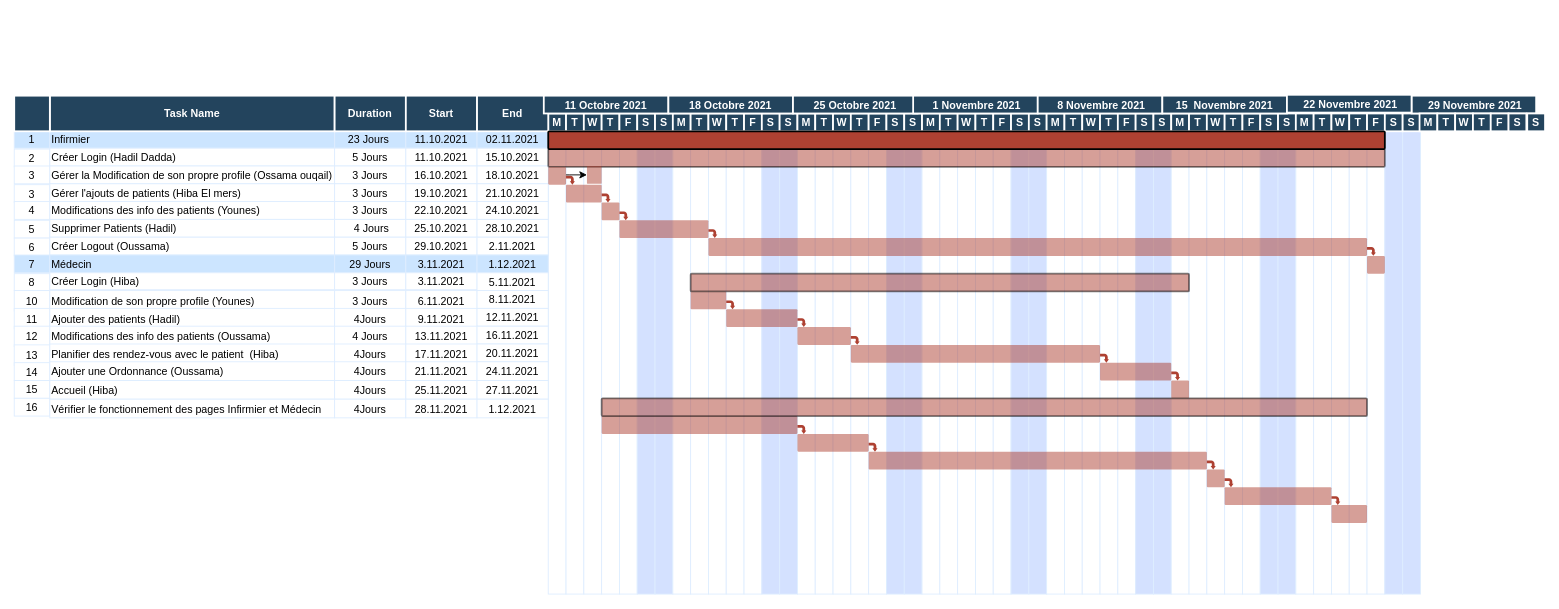
Earlier version of the draw.io diagram Untitled Diagram.drawio (HadilDadda/Exercice1). Source tidied: cells renumbered, new cells numbered last; positions are measured from the earlier drawing's top-left corner, leaving out a move shared by most shapes. Both pictures are drawn from the tidied source at 89%, with x=0, y=0 at pixel (13, 94).
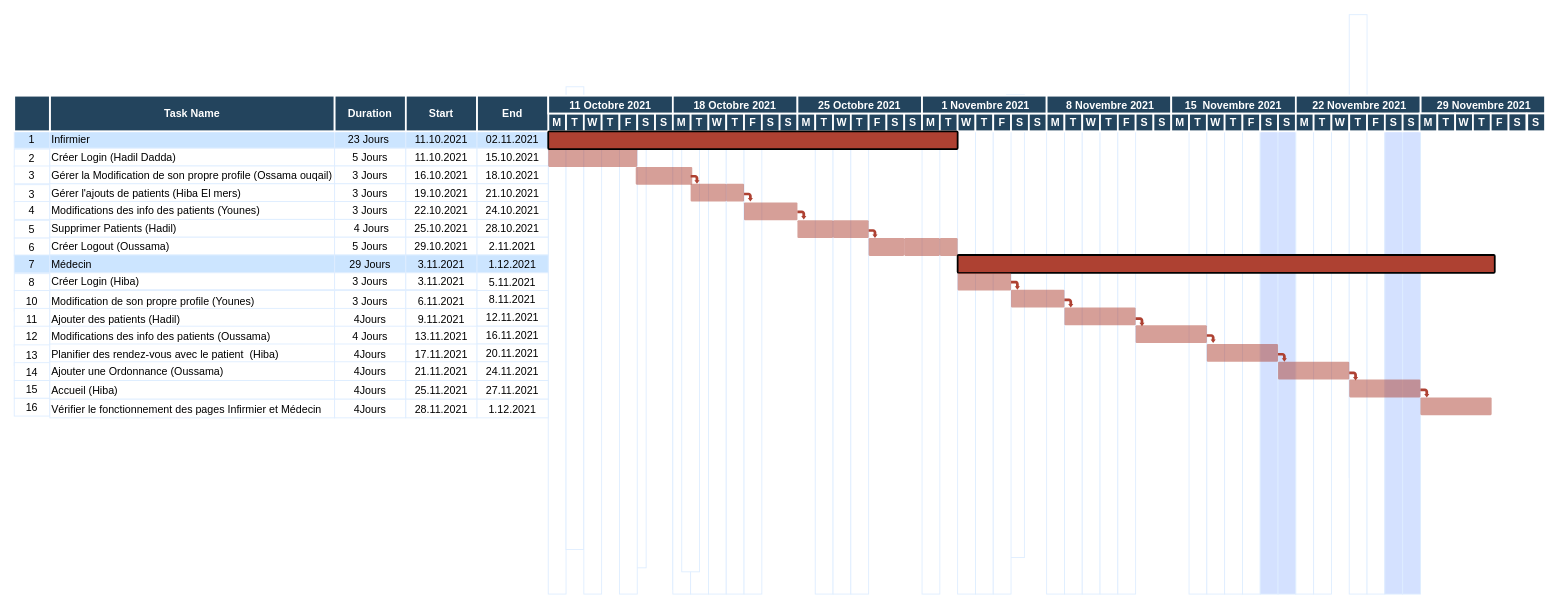
The same diagram, later.

Diff of the diagram source:
```diff
@@
     <mxCell id="74" style="strokeColor=#DEEDFF;" parent="1" vertex="1">
-      <mxGeometry x="620.5" y="41" width="20" height="520" as="geometry" />
+      <mxGeometry x="620.5" y="-9" width="20" height="520" as="geometry" />
     </mxCell>
@@
     <mxCell id="76" style="strokeColor=#DEEDFF;" parent="1" vertex="1">
-      <mxGeometry x="660.5" y="41" width="20" height="520" as="geometry" />
+      <mxGeometry x="690.5" y="11.5" width="20" height="520" as="geometry" />
     </mxCell>
@@
-    <mxCell id="78" style="strokeColor=#DEEDFF;fillColor=#D4E1FF;" parent="1" vertex="1">
-      <mxGeometry x="700.5" y="41" width="20" height="520" as="geometry" />
-    </mxCell>
     <mxCell id="79" style="strokeColor=#DEEDFF;fillColor=#D4E1FF;" parent="1" vertex="1">
-      <mxGeometry x="720.5" y="41" width="20" height="520" as="geometry" />
+      <mxGeometry x="740.5" y="36" width="20" height="520" as="geometry" />
     </mxCell>
@@
-    <mxCell id="85" style="strokeColor=#DEEDFF;fillColor=#D4E1FF;" parent="1" vertex="1">
-      <mxGeometry x="840.5" y="41" width="20" height="520" as="geometry" />
-    </mxCell>
-    <mxCell id="86" style="strokeColor=#DEEDFF;fillColor=#D4E1FF;" parent="1" vertex="1">
-      <mxGeometry x="860.5" y="41" width="20" height="520" as="geometry" />
-    </mxCell>
     <mxCell id="87" style="strokeColor=#DEEDFF;" parent="1" vertex="1">
-      <mxGeometry x="880.5" y="41" width="20" height="520" as="geometry" />
+      <mxGeometry x="750.5" y="16" width="20" height="520" as="geometry" />
     </mxCell>
@@
-    <mxCell id="91" style="strokeColor=#DEEDFF;" parent="1" vertex="1">
-      <mxGeometry x="960.5" y="41" width="20" height="520" as="geometry" />
-    </mxCell>
-    <mxCell id="92" style="strokeColor=#DEEDFF;fillColor=#D4E1FF;" parent="1" vertex="1">
-      <mxGeometry x="980.5" y="41" width="20" height="520" as="geometry" />
-    </mxCell>
-    <mxCell id="93" style="strokeColor=#DEEDFF;fillColor=#D4E1FF;" parent="1" vertex="1">
-      <mxGeometry x="1000.5" y="41" width="20" height="520" as="geometry" />
-    </mxCell>
@@
     <mxCell id="95" style="strokeColor=#DEEDFF;" parent="1" vertex="1">
-      <mxGeometry x="1040.5" y="41" width="20" height="520" as="geometry" />
+      <mxGeometry x="1115.5" width="20" height="520" as="geometry" />
     </mxCell>
@@
-    <mxCell id="99" style="strokeColor=#DEEDFF;fillColor=#D4E1FF;" parent="1" vertex="1">
-      <mxGeometry x="1120.5" y="41" width="20" height="520" as="geometry" />
-    </mxCell>
-    <mxCell id="100" style="strokeColor=#DEEDFF;fillColor=#D4E1FF;" parent="1" vertex="1">
-      <mxGeometry x="1140.5" y="41" width="20" height="520" as="geometry" />
-    </mxCell>
@@
-    <mxCell id="106" style="strokeColor=#DEEDFF;fillColor=#D4E1FF;" parent="1" vertex="1">
-      <mxGeometry x="1260.5" y="41" width="20" height="520" as="geometry" />
-    </mxCell>
-    <mxCell id="107" style="strokeColor=#DEEDFF;fillColor=#D4E1FF;" parent="1" vertex="1">
-      <mxGeometry x="1280.5" y="41" width="20" height="520" as="geometry" />
-    </mxCell>
-    <mxCell id="108" style="strokeColor=#DEEDFF;" parent="1" vertex="1">
-      <mxGeometry x="1300.5" y="41" width="20" height="520" as="geometry" />
-    </mxCell>
@@
     <mxCell id="117" style="strokeColor=#DEEDFF;" parent="1" vertex="1">
-      <mxGeometry x="1480.5" y="41" width="20" height="520" as="geometry" />
+      <mxGeometry x="1500.5" y="-90" width="20" height="520" as="geometry" />
     </mxCell>
@@
     <mxCell id="141" value="11 Octobre 2021" style="fillColor=#23445D;strokeColor=#FFFFFF;strokeWidth=2;fontColor=#FFFFFF;fontStyle=1;" parent="1" vertex="1">
-      <mxGeometry x="595.5" y="1" width="140" height="20" as="geometry" />
+      <mxGeometry x="600.5" y="1" width="140" height="20" as="geometry" />
     </mxCell>
@@
     <mxCell id="149" value="18 Octobre 2021" style="fillColor=#23445D;strokeColor=#FFFFFF;strokeWidth=2;fontColor=#FFFFFF;fontStyle=1;" parent="1" vertex="1">
-      <mxGeometry x="735.5" y="1" width="140" height="20" as="geometry" />
+      <mxGeometry x="740.5" y="1" width="140" height="20" as="geometry" />
     </mxCell>
@@
     <mxCell id="157" value="25 Octobre 2021" style="fillColor=#23445D;strokeColor=#FFFFFF;strokeWidth=2;fontColor=#FFFFFF;fontStyle=1;" parent="1" vertex="1">
-      <mxGeometry x="875.5" y="1" width="140" height="20" as="geometry" />
+      <mxGeometry x="880.5" y="1" width="140" height="20" as="geometry" />
     </mxCell>
@@
     <mxCell id="165" value=" 1 Novembre 2021" style="fillColor=#23445D;strokeColor=#FFFFFF;strokeWidth=2;fontColor=#FFFFFF;fontStyle=1;" parent="1" vertex="1">
-      <mxGeometry x="1010.5" y="1" width="140" height="20" as="geometry" />
+      <mxGeometry x="1020.5" y="1" width="140" height="20" as="geometry" />
     </mxCell>
@@
     <mxCell id="173" value=" 8 Novembre 2021" style="fillColor=#23445D;strokeColor=#FFFFFF;strokeWidth=2;fontColor=#FFFFFF;fontStyle=1;" parent="1" vertex="1">
-      <mxGeometry x="1150.5" y="1" width="140" height="20" as="geometry" />
+      <mxGeometry x="1160.5" y="1" width="140" height="20" as="geometry" />
     </mxCell>
@@
-    <mxCell id="181" style="shape=mxgraph.flowchart.process;fillColor=#AE4132;strokeColor=#000000;strokeWidth=2;opacity=50;" parent="1" vertex="1">
-      <mxGeometry x="600.5" y="61" width="940" height="20" as="geometry" />
-    </mxCell>
     <mxCell id="182" style="shape=mxgraph.arrows.bent_right_arrow;fillColor=#AE4132;strokeColor=none;strokeWidth=2;direction=south;" parent="1" vertex="1">
-      <mxGeometry x="620.5" y="91" width="10" height="10" as="geometry" />
+      <mxGeometry x="760.5" y="90" width="10" height="10" as="geometry" />
     </mxCell>
-    <mxCell id="183" style="edgeStyle=orthogonalEdgeStyle;rounded=0;jettySize=auto;html=1;" parent="1" edge="1" source="184" target="239">
-      <mxGeometry relative="1" as="geometry">
-        <Array as="points">
-          <mxPoint x="624" y="90" />
-          <mxPoint x="624" y="90" />
-        </Array>
-      </mxGeometry>
-    </mxCell>
     <mxCell id="184" style="shape=mxgraph.flowchart.process;fillColor=#AE4132;strokeColor=none;strokeWidth=2;opacity=50;" parent="1" vertex="1">
-      <mxGeometry x="600.5" y="81" width="20" height="20" as="geometry" />
+      <mxGeometry x="698.8" y="81" width="63.5" height="20" as="geometry" />
     </mxCell>
     <mxCell id="185" style="shape=mxgraph.flowchart.process;fillColor=#AE4132;strokeColor=none;strokeWidth=2;opacity=50;" parent="1" vertex="1">
-      <mxGeometry x="620.5" y="101" width="40" height="20" as="geometry" />
+      <mxGeometry x="760.5" y="100" width="40" height="20" as="geometry" />
     </mxCell>
     <mxCell id="186" style="shape=mxgraph.flowchart.process;fillColor=#AE4132;strokeColor=none;strokeWidth=2;opacity=50;" parent="1" vertex="1">
-      <mxGeometry x="660.5" y="121" width="20" height="20" as="geometry" />
+      <mxGeometry x="800.5" y="100" width="20" height="20" as="geometry" />
     </mxCell>
-    <mxCell id="187" style="shape=mxgraph.flowchart.process;fillColor=#AE4132;strokeColor=none;strokeWidth=2;opacity=50;" parent="1" vertex="1">
-      <mxGeometry x="780.5" y="161" width="740" height="20" as="geometry" />
-    </mxCell>
-    <mxCell id="188" style="shape=mxgraph.flowchart.process;fillColor=#AE4132;strokeColor=none;strokeWidth=2;opacity=50;" parent="1" vertex="1">
-      <mxGeometry x="1520.5" y="181" width="20" height="20" as="geometry" />
-    </mxCell>
     <mxCell id="189" style="shape=mxgraph.arrows.bent_right_arrow;fillColor=#AE4132;strokeColor=none;strokeWidth=2;direction=south;" parent="1" vertex="1">
-      <mxGeometry x="660.5" y="111" width="10" height="10" as="geometry" />
+      <mxGeometry x="880.5" y="130" width="10" height="10" as="geometry" />
     </mxCell>
     <mxCell id="190" style="shape=mxgraph.arrows.bent_right_arrow;fillColor=#AE4132;strokeColor=none;strokeWidth=2;direction=south;" parent="1" vertex="1">
-      <mxGeometry x="680.5" y="131" width="10" height="10" as="geometry" />
+      <mxGeometry x="820.5" y="110" width="10" height="10" as="geometry" />
     </mxCell>
-    <mxCell id="191" style="shape=mxgraph.arrows.bent_right_arrow;fillColor=#AE4132;strokeColor=none;strokeWidth=2;direction=south;" parent="1" vertex="1">
-      <mxGeometry x="1520.5" y="171" width="10" height="10" as="geometry" />
-    </mxCell>
     <mxCell id="192" style="shape=mxgraph.flowchart.process;fillColor=#AE4132;strokeColor=none;strokeWidth=2;opacity=50;" parent="1" vertex="1">
-      <mxGeometry x="680.5" y="141" width="100" height="20" as="geometry" />
+      <mxGeometry x="600.5" y="61" width="100" height="20" as="geometry" />
     </mxCell>
     <mxCell id="193" style="shape=mxgraph.arrows.bent_right_arrow;fillColor=#AE4132;strokeColor=none;strokeWidth=2;direction=south;" parent="1" vertex="1">
-      <mxGeometry x="780.5" y="151" width="10" height="10" as="geometry" />
+      <mxGeometry x="960.5" y="151" width="10" height="10" as="geometry" />
     </mxCell>
     <mxCell id="194" style="shape=mxgraph.flowchart.process;fillColor=#AE4132;strokeColor=#000000;strokeWidth=2;opacity=100;" parent="1" vertex="1">
-      <mxGeometry x="600.5" y="41" width="940" height="20" as="geometry" />
+      <mxGeometry x="600.5" y="41" width="460" height="20" as="geometry" />
     </mxCell>
-    <mxCell id="195" style="shape=mxgraph.flowchart.process;fillColor=#AE4132;strokeColor=none;strokeWidth=2;opacity=50;" parent="1" vertex="1">
-      <mxGeometry x="760.5" y="221" width="40" height="20" as="geometry" />
-    </mxCell>
-    <mxCell id="196" style="shape=mxgraph.flowchart.process;fillColor=#AE4132;strokeColor=#000000;strokeWidth=2;opacity=50;" parent="1" vertex="1">
-      <mxGeometry x="760.5" y="201" width="560" height="20" as="geometry" />
-    </mxCell>
     <mxCell id="197" style="shape=mxgraph.flowchart.process;fillColor=#AE4132;strokeColor=none;strokeWidth=2;opacity=50;" parent="1" vertex="1">
-      <mxGeometry x="800.5" y="241" width="80" height="20" as="geometry" />
+      <mxGeometry x="1180.5" y="239" width="80" height="20" as="geometry" />
     </mxCell>
     <mxCell id="198" style="shape=mxgraph.flowchart.process;fillColor=#AE4132;strokeColor=none;strokeWidth=2;opacity=50;" parent="1" vertex="1">
-      <mxGeometry x="880.5" y="261" width="60" height="20" as="geometry" />
+      <mxGeometry x="820.5" y="121" width="60" height="20" as="geometry" />
     </mxCell>
-    <mxCell id="199" style="shape=mxgraph.flowchart.process;fillColor=#AE4132;strokeColor=none;strokeWidth=2;opacity=50;" parent="1" vertex="1">
-      <mxGeometry x="940.5" y="281" width="280" height="20" as="geometry" />
-    </mxCell>
-    <mxCell id="200" style="shape=mxgraph.flowchart.process;fillColor=#AE4132;strokeColor=none;strokeWidth=2;opacity=50;" parent="1" vertex="1">
-      <mxGeometry x="1220.5" y="301" width="80" height="20" as="geometry" />
-    </mxCell>
-    <mxCell id="201" style="shape=mxgraph.flowchart.process;fillColor=#AE4132;strokeColor=none;strokeWidth=2;opacity=50;" parent="1" vertex="1">
-      <mxGeometry x="1300.5" y="321" width="20" height="20" as="geometry" />
-    </mxCell>
-    <mxCell id="202" style="shape=mxgraph.flowchart.process;fillColor=#AE4132;strokeColor=none;strokeWidth=2;opacity=50;" parent="1" vertex="1">
-      <mxGeometry x="660.5" y="361" width="220" height="20" as="geometry" />
-    </mxCell>
-    <mxCell id="203" style="shape=mxgraph.flowchart.process;fillColor=#AE4132;strokeColor=none;strokeWidth=2;opacity=50;" parent="1" vertex="1">
-      <mxGeometry x="880.5" y="381" width="80" height="20" as="geometry" />
-    </mxCell>
-    <mxCell id="204" style="shape=mxgraph.flowchart.process;fillColor=#AE4132;strokeColor=none;strokeWidth=2;opacity=50;" parent="1" vertex="1">
-      <mxGeometry x="960.5" y="401" width="380" height="20" as="geometry" />
-    </mxCell>
-    <mxCell id="205" style="shape=mxgraph.flowchart.process;fillColor=#AE4132;strokeColor=none;strokeWidth=2;opacity=50;" parent="1" vertex="1">
-      <mxGeometry x="1340.5" y="421" width="20" height="20" as="geometry" />
-    </mxCell>
-    <mxCell id="206" style="shape=mxgraph.flowchart.process;fillColor=#AE4132;strokeColor=none;strokeWidth=2;opacity=50;" parent="1" vertex="1">
-      <mxGeometry x="1360.5" y="441" width="120" height="20" as="geometry" />
-    </mxCell>
-    <mxCell id="207" style="shape=mxgraph.flowchart.process;fillColor=#AE4132;strokeColor=none;strokeWidth=2;opacity=50;" parent="1" vertex="1">
-      <mxGeometry x="1480.5" y="461" width="40" height="20" as="geometry" />
-    </mxCell>
-    <mxCell id="208" style="shape=mxgraph.flowchart.process;fillColor=#AE4132;strokeColor=#000000;strokeWidth=2;opacity=50;" parent="1" vertex="1">
-      <mxGeometry x="660.5" y="341" width="860" height="20" as="geometry" />
-    </mxCell>
-    <mxCell id="209" style="shape=mxgraph.arrows.bent_right_arrow;fillColor=#AE4132;strokeColor=none;strokeWidth=2;direction=south;" parent="1" vertex="1">
-      <mxGeometry x="800.5" y="231" width="10" height="10" as="geometry" />
-    </mxCell>
-    <mxCell id="210" style="shape=mxgraph.arrows.bent_right_arrow;fillColor=#AE4132;strokeColor=none;strokeWidth=2;direction=south;" parent="1" vertex="1">
-      <mxGeometry x="880.5" y="251" width="10" height="10" as="geometry" />
-    </mxCell>
     <mxCell id="211" style="shape=mxgraph.arrows.bent_right_arrow;fillColor=#AE4132;strokeColor=none;strokeWidth=2;direction=south;" parent="1" vertex="1">
-      <mxGeometry x="940.5" y="271" width="10" height="10" as="geometry" />
+      <mxGeometry x="1420.5" y="290" width="10" height="10" as="geometry" />
     </mxCell>
     <mxCell id="212" style="shape=mxgraph.arrows.bent_right_arrow;fillColor=#AE4132;strokeColor=none;strokeWidth=2;direction=south;" parent="1" vertex="1">
-      <mxGeometry x="1220.5" y="291" width="10" height="10" as="geometry" />
+      <mxGeometry x="1180.5" y="229" width="10" height="10" as="geometry" />
     </mxCell>
-    <mxCell id="213" style="shape=mxgraph.arrows.bent_right_arrow;fillColor=#AE4132;strokeColor=none;strokeWidth=2;direction=south;" parent="1" vertex="1">
-      <mxGeometry x="1300.5" y="311" width="10" height="10" as="geometry" />
-    </mxCell>
     <mxCell id="214" style="shape=mxgraph.arrows.bent_right_arrow;fillColor=#AE4132;strokeColor=none;strokeWidth=2;direction=south;" parent="1" vertex="1">
-      <mxGeometry x="880.5" y="371" width="10" height="10" as="geometry" />
+      <mxGeometry x="1120.5" y="209" width="10" height="10" as="geometry" />
     </mxCell>
-    <mxCell id="215" style="shape=mxgraph.arrows.bent_right_arrow;fillColor=#AE4132;strokeColor=none;strokeWidth=2;direction=south;" parent="1" vertex="1">
-      <mxGeometry x="960.5" y="391" width="10" height="10" as="geometry" />
-    </mxCell>
-    <mxCell id="216" style="shape=mxgraph.arrows.bent_right_arrow;fillColor=#AE4132;strokeColor=none;strokeWidth=2;direction=south;" parent="1" vertex="1">
-      <mxGeometry x="1340.5" y="411" width="10" height="10" as="geometry" />
-    </mxCell>
-    <mxCell id="217" style="shape=mxgraph.arrows.bent_right_arrow;fillColor=#AE4132;strokeColor=none;strokeWidth=2;direction=south;" parent="1" vertex="1">
-      <mxGeometry x="1360.5" y="431" width="10" height="10" as="geometry" />
-    </mxCell>
     <mxCell id="218" style="shape=mxgraph.arrows.bent_right_arrow;fillColor=#AE4132;strokeColor=none;strokeWidth=2;direction=south;" parent="1" vertex="1">
-      <mxGeometry x="1480.5" y="451" width="10" height="10" as="geometry" />
+      <mxGeometry x="1500.5" y="311" width="10" height="10" as="geometry" />
     </mxCell>
     <mxCell id="219" value="15  Novembre 2021" style="fillColor=#23445D;strokeColor=#FFFFFF;strokeWidth=2;fontColor=#FFFFFF;fontStyle=1;" parent="1" vertex="1">
-      <mxGeometry x="1290.5" y="1" width="140" height="20" as="geometry" />
+      <mxGeometry x="1300.5" y="1" width="140" height="20" as="geometry" />
     </mxCell>
     <mxCell id="220" value=" 29 Novembre 2021" style="fillColor=#23445D;strokeColor=#FFFFFF;strokeWidth=2;fontColor=#FFFFFF;fontStyle=1;" parent="1" vertex="1">
-      <mxGeometry x="1570.5" y="1" width="140" height="20" as="geometry" />
+      <mxGeometry x="1580.5" y="1" width="140" height="20" as="geometry" />
     </mxCell>
     <mxCell id="221" value=" 22 Novembre 2021" style="fillColor=#23445D;strokeColor=#FFFFFF;strokeWidth=2;fontColor=#FFFFFF;fontStyle=1;" parent="1" vertex="1">
-      <mxGeometry x="1430.5" width="140" height="20" as="geometry" />
+      <mxGeometry x="1440.5" y="1" width="140" height="20" as="geometry" />
     </mxCell>
@@
-    <mxCell id="239" style="shape=mxgraph.flowchart.process;fillColor=#AE4132;strokeColor=none;strokeWidth=2;opacity=50;" parent="1" vertex="1">
-      <mxGeometry x="644" y="80" width="16.5" height="20" as="geometry" />
-    </mxCell>
+    <mxCell id="240" style="shape=mxgraph.flowchart.process;fillColor=#AE4132;strokeColor=none;strokeWidth=2;opacity=50;" parent="1" vertex="1">
+      <mxGeometry x="880.5" y="141" width="40" height="20" as="geometry" />
+    </mxCell>
+    <mxCell id="241" style="shape=mxgraph.flowchart.process;fillColor=#AE4132;strokeColor=none;strokeWidth=2;opacity=50;" parent="1" vertex="1">
+      <mxGeometry x="920.5" y="141" width="40" height="20" as="geometry" />
+    </mxCell>
+    <mxCell id="242" style="shape=mxgraph.flowchart.process;fillColor=#AE4132;strokeColor=none;strokeWidth=2;opacity=50;" parent="1" vertex="1">
+      <mxGeometry x="1000.5" y="161" width="40" height="20" as="geometry" />
+    </mxCell>
+    <mxCell id="243" style="shape=mxgraph.flowchart.process;fillColor=#AE4132;strokeColor=none;strokeWidth=2;opacity=50;" parent="1" vertex="1">
+      <mxGeometry x="960.5" y="161" width="40" height="20" as="geometry" />
+    </mxCell>
+    <mxCell id="244" style="shape=mxgraph.flowchart.process;fillColor=#AE4132;strokeColor=none;strokeWidth=2;opacity=50;" parent="1" vertex="1">
+      <mxGeometry x="1040.5" y="161" width="20" height="20" as="geometry" />
+    </mxCell>
+    <mxCell id="245" style="shape=mxgraph.flowchart.process;fillColor=#AE4132;strokeColor=#000000;strokeWidth=2;opacity=100;" parent="1" vertex="1">
+      <mxGeometry x="1060.5" y="180" width="603.5" height="20" as="geometry" />
+    </mxCell>
+    <mxCell id="246" style="shape=mxgraph.flowchart.process;fillColor=#AE4132;strokeColor=none;strokeWidth=2;opacity=50;" parent="1" vertex="1">
+      <mxGeometry x="1060.5" y="200" width="60" height="20" as="geometry" />
+    </mxCell>
+    <mxCell id="247" style="shape=mxgraph.flowchart.process;fillColor=#AE4132;strokeColor=none;strokeWidth=2;opacity=50;" parent="1" vertex="1">
+      <mxGeometry x="1120.5" y="219" width="60" height="20" as="geometry" />
+    </mxCell>
+    <mxCell id="248" style="shape=mxgraph.flowchart.process;fillColor=#AE4132;strokeColor=none;strokeWidth=2;opacity=50;" parent="1" vertex="1">
+      <mxGeometry x="1260.5" y="259" width="80" height="20" as="geometry" />
+    </mxCell>
+    <mxCell id="249" style="shape=mxgraph.flowchart.process;fillColor=#AE4132;strokeColor=none;strokeWidth=2;opacity=50;" parent="1" vertex="1">
+      <mxGeometry x="1340.5" y="280" width="80" height="20" as="geometry" />
+    </mxCell>
+    <mxCell id="250" style="shape=mxgraph.arrows.bent_right_arrow;fillColor=#AE4132;strokeColor=none;strokeWidth=2;direction=south;" parent="1" vertex="1">
+      <mxGeometry x="1340.5" y="269" width="10" height="10" as="geometry" />
+    </mxCell>
+    <mxCell id="251" style="shape=mxgraph.arrows.bent_right_arrow;fillColor=#AE4132;strokeColor=none;strokeWidth=2;direction=south;" parent="1" vertex="1">
+      <mxGeometry x="1260.5" y="250" width="10" height="10" as="geometry" />
+    </mxCell>
+    <mxCell id="252" style="shape=mxgraph.flowchart.process;fillColor=#AE4132;strokeColor=none;strokeWidth=2;opacity=50;" parent="1" vertex="1">
+      <mxGeometry x="1420.5" y="300" width="80" height="20" as="geometry" />
+    </mxCell>
+    <mxCell id="253" style="shape=mxgraph.flowchart.process;fillColor=#AE4132;strokeColor=none;strokeWidth=2;opacity=50;" parent="1" vertex="1">
+      <mxGeometry x="1500.5" y="320" width="80" height="20" as="geometry" />
+    </mxCell>
+    <mxCell id="254" style="shape=mxgraph.flowchart.process;fillColor=#AE4132;strokeColor=none;strokeWidth=2;opacity=50;" parent="1" vertex="1">
+      <mxGeometry x="1580.5" y="340" width="80" height="20" as="geometry" />
+    </mxCell>
+    <mxCell id="255" style="shape=mxgraph.arrows.bent_right_arrow;fillColor=#AE4132;strokeColor=none;strokeWidth=2;direction=south;" parent="1" vertex="1">
+      <mxGeometry x="1580.5" y="330" width="10" height="10" as="geometry" />
+    </mxCell>
```
